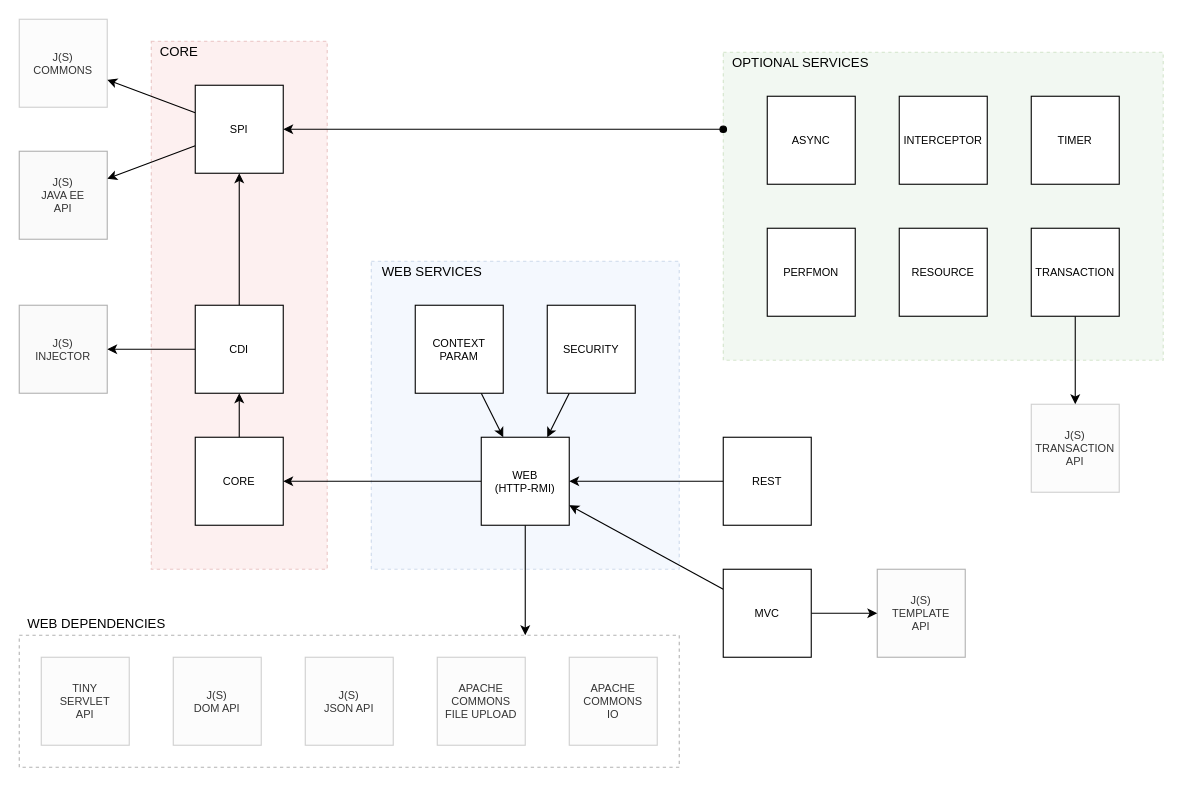
Earlier version of the draw.io diagram page "Components" (1 of 10) of docs/container.drawio (js-lib-com/tiny-container). Source tidied: cells renumbered, new cells numbered last; positions are measured from the earlier drawing's top-left corner, leaving out a move shared by most shapes. Both pictures are drawn from the tidied source at 110%, with x=0, y=0 at pixel (19, 19).
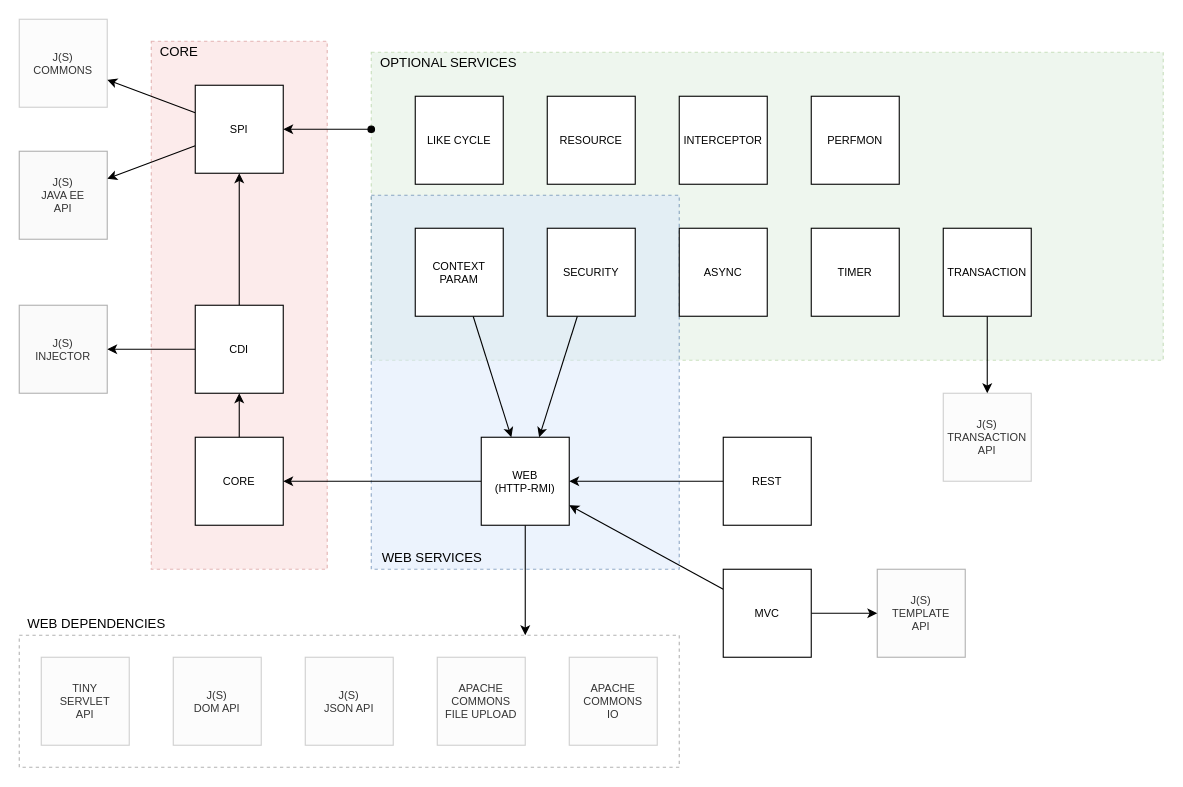
Above is the later version.

Diff of the diagram source:
```diff
@@
+    <mxCell id="4" style="rounded=0;whiteSpace=wrap;html=1;fontSize=10;opacity=40;fillColor=#d5e8d4;strokeColor=#82b366;dashed=1;" parent="1" vertex="1">
+      <mxGeometry x="320" y="30" width="720" height="280" as="geometry" />
+    </mxCell>
@@
-    <mxCell id="3" style="rounded=0;whiteSpace=wrap;html=1;fontSize=12;opacity=30;fillColor=#dae8fc;strokeColor=#6c8ebf;dashed=1;" parent="1" vertex="1">
-      <mxGeometry x="320" y="220" width="280" height="280" as="geometry" />
+    <mxCell id="3" style="rounded=0;whiteSpace=wrap;html=1;fontSize=12;opacity=50;fillColor=#dae8fc;strokeColor=#2C5B91;dashed=1;" parent="1" vertex="1">
+      <mxGeometry x="320" y="160" width="280" height="340" as="geometry" />
     </mxCell>
-    <mxCell id="4" style="rounded=0;whiteSpace=wrap;html=1;fontSize=10;opacity=30;fillColor=#d5e8d4;strokeColor=#82b366;dashed=1;" parent="1" vertex="1">
-      <mxGeometry x="640" y="30" width="400" height="280" as="geometry" />
-    </mxCell>
-    <mxCell id="5" style="rounded=0;whiteSpace=wrap;html=1;fontSize=10;opacity=30;fillColor=#f8cecc;strokeColor=#b85450;dashed=1;" parent="1" vertex="1">
+    <mxCell id="5" style="rounded=0;whiteSpace=wrap;html=1;fontSize=10;opacity=40;fillColor=#f8cecc;strokeColor=#b85450;dashed=1;" parent="1" vertex="1">
       <mxGeometry x="120" y="20" width="160" height="480" as="geometry" />
     </mxCell>
@@
     <mxCell id="12" value="ASYNC" style="whiteSpace=wrap;html=1;fontSize=10;" parent="1" vertex="1">
-      <mxGeometry x="680" y="70" width="80" height="80" as="geometry" />
+      <mxGeometry x="600" y="190" width="80" height="80" as="geometry" />
     </mxCell>
@@
     <mxCell id="14" value="CONTEXT&lt;br style=&quot;font-size: 10px;&quot;&gt;PARAM" style="whiteSpace=wrap;html=1;fontSize=10;" parent="1" vertex="1">
-      <mxGeometry x="360" y="260" width="80" height="80" as="geometry" />
+      <mxGeometry x="360" y="190" width="80" height="80" as="geometry" />
     </mxCell>
     <mxCell id="15" value="INTERCEPTOR" style="whiteSpace=wrap;html=1;fontSize=10;" parent="1" vertex="1">
-      <mxGeometry x="800" y="70" width="80" height="80" as="geometry" />
+      <mxGeometry x="600" y="70" width="80" height="80" as="geometry" />
     </mxCell>
@@
     <mxCell id="19" value="PERFMON" style="whiteSpace=wrap;html=1;fontSize=10;" parent="1" vertex="1">
-      <mxGeometry x="680" y="190" width="80" height="80" as="geometry" />
+      <mxGeometry x="720" y="70" width="80" height="80" as="geometry" />
     </mxCell>
@@
     <mxCell id="23" value="SECURITY" style="whiteSpace=wrap;html=1;fontSize=10;" parent="1" vertex="1">
-      <mxGeometry x="480" y="260" width="80" height="80" as="geometry" />
+      <mxGeometry x="480" y="190" width="80" height="80" as="geometry" />
     </mxCell>
@@
     <mxCell id="26" value="TIMER" style="whiteSpace=wrap;html=1;fontSize=10;" parent="1" vertex="1">
-      <mxGeometry x="920" y="70" width="80" height="80" as="geometry" />
+      <mxGeometry x="720" y="190" width="80" height="80" as="geometry" />
     </mxCell>
@@
     <mxCell id="28" value="TRANSACTION" style="whiteSpace=wrap;html=1;fontSize=10;" parent="1" vertex="1">
-      <mxGeometry x="920" y="190" width="80" height="80" as="geometry" />
+      <mxGeometry x="840" y="190" width="80" height="80" as="geometry" />
     </mxCell>
@@
     <mxCell id="34" value="J(S)&lt;br&gt;TRANSACTION&lt;br&gt;API" style="whiteSpace=wrap;html=1;fontSize=10;opacity=30;fillColor=#f5f5f5;strokeColor=#666666;fontColor=#333333;" parent="1" vertex="1">
-      <mxGeometry x="920" y="350" width="80" height="80" as="geometry" />
+      <mxGeometry x="840" y="340" width="80" height="80" as="geometry" />
     </mxCell>
     <mxCell id="35" value="OPTIONAL SERVICES" style="text;html=1;align=center;verticalAlign=middle;strokeColor=none;fillColor=none;fontSize=12;" parent="1" vertex="1">
-      <mxGeometry x="640" y="30" width="140" height="20" as="geometry" />
+      <mxGeometry x="320" y="30" width="140" height="20" as="geometry" />
     </mxCell>
     <mxCell id="36" value="WEB SERVICES" style="text;html=1;align=center;verticalAlign=middle;strokeColor=none;fillColor=none;fontSize=12;" parent="1" vertex="1">
-      <mxGeometry x="320" y="220" width="110" height="20" as="geometry" />
+      <mxGeometry x="320" y="480" width="110" height="20" as="geometry" />
     </mxCell>
@@
     <mxCell id="47" value="RESOURCE" style="whiteSpace=wrap;html=1;fontSize=10;" parent="1" vertex="1">
-      <mxGeometry x="800" y="190" width="80" height="80" as="geometry" />
+      <mxGeometry x="480" y="70" width="80" height="80" as="geometry" />
     </mxCell>
+    <mxCell id="48" value="LIKE CYCLE" style="whiteSpace=wrap;html=1;fontSize=10;" parent="1" vertex="1">
+      <mxGeometry x="360" y="70" width="80" height="80" as="geometry" />
+    </mxCell>
```
